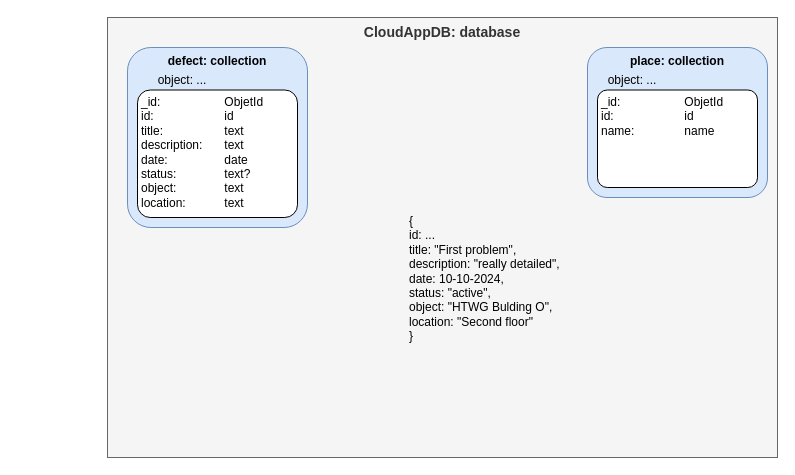
msi-cad-vw/.github keeps this draw.io diagram as page "database" (2 of 2) of docu/architecture_cloud.drawio. Above is the earlier version. Source tidied: cells renumbered, new cells numbered last; positions are measured from the earlier drawing's top-left corner, leaving out a move shared by most shapes. Both pictures are drawn from the tidied source at 100%, with x=0, y=0 at pixel (107, 17).
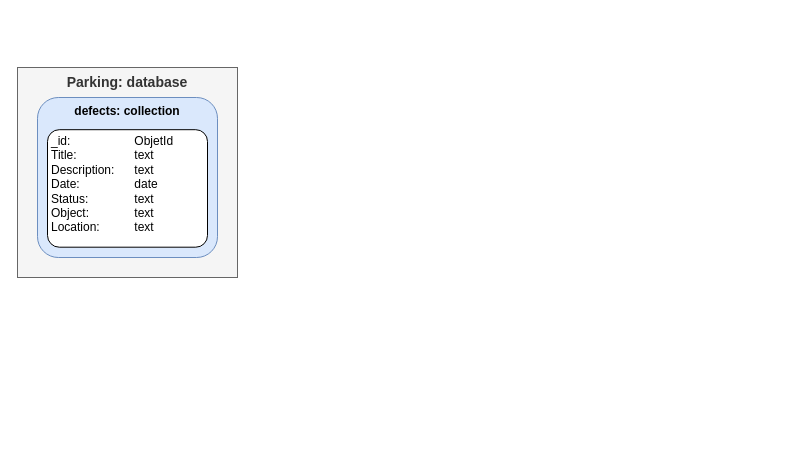
The same diagram, later.

Change to the diagram source:
```diff
@@
 <mxGraphModel>
   <root>
     <mxCell id="0" />
     <mxCell id="1" parent="0" />
-    <mxCell id="2" value="&lt;b&gt;&lt;font style=&quot;font-size: 14px;&quot;&gt;CloudAppDB: database&lt;/font&gt;&lt;/b&gt;" style="rounded=0;whiteSpace=wrap;html=1;verticalAlign=top;fillColor=#f5f5f5;strokeColor=#666666;fontColor=#333333;" parent="1" vertex="1">
-      <mxGeometry width="670" height="440" as="geometry" />
-    </mxCell>
-    <mxCell id="3" value="defect: collection" style="rounded=1;whiteSpace=wrap;html=1;verticalAlign=top;arcSize=13;fontStyle=1;fillColor=#dae8fc;strokeColor=#6c8ebf;" parent="1" vertex="1">
-      <mxGeometry x="20" y="30" width="180" height="180" as="geometry" />
-    </mxCell>
-    <mxCell id="4" value="&lt;div style=&quot;text-align: center;&quot;&gt;&lt;/div&gt;_id: &lt;span style=&quot;white-space: pre;&quot;&gt;&#9;&lt;/span&gt;&lt;span style=&quot;white-space: pre;&quot;&gt;&#9;&lt;span style=&quot;white-space: pre;&quot;&gt;&#9;&lt;/span&gt; &lt;/span&gt;ObjetId&lt;br&gt;id:&lt;span style=&quot;white-space: pre;&quot;&gt;&#9;&lt;/span&gt;&lt;span style=&quot;white-space: pre;&quot;&gt;&#9;&lt;span style=&quot;white-space: pre;&quot;&gt;&#9;&lt;/span&gt; &lt;/span&gt;id&lt;br&gt;title:&amp;nbsp;&lt;span style=&quot;white-space: pre;&quot;&gt;&#9;&lt;span style=&quot;white-space: pre;&quot;&gt;&#9;&lt;/span&gt;&lt;/span&gt;&amp;nbsp;text&lt;br&gt;description:&lt;span style=&quot;white-space: pre;&quot;&gt;&lt;span style=&quot;white-space: pre;&quot;&gt;&#9;&lt;/span&gt; &lt;/span&gt;text&lt;br&gt;date: &lt;span style=&quot;white-space: pre;&quot;&gt;&#9;&lt;/span&gt;&lt;span style=&quot;white-space: pre;&quot;&gt;&#9;&lt;/span&gt;&amp;nbsp;date&lt;br&gt;status:&amp;nbsp;&amp;nbsp;&lt;span style=&quot;white-space: pre;&quot;&gt;&#9;&lt;/span&gt;&lt;span style=&quot;white-space: pre;&quot;&gt;&#9;&lt;/span&gt;&amp;nbsp;text?&lt;br&gt;object:&lt;span style=&quot;white-space: pre;&quot;&gt;&#9;&lt;/span&gt;&lt;span style=&quot;white-space: pre;&quot;&gt;&#9;&lt;/span&gt;&amp;nbsp;text&lt;br&gt;location:&lt;span style=&quot;white-space: pre;&quot;&gt;&#9;&lt;/span&gt;&lt;span style=&quot;white-space: pre;&quot;&gt;&#9;&lt;/span&gt;&amp;nbsp;text" style="rounded=1;whiteSpace=wrap;html=1;verticalAlign=top;align=left;spacingLeft=4;spacing=0;spacingTop=0;arcSize=10;" parent="1" vertex="1">
-      <mxGeometry x="30" y="72.5" width="160" height="127.5" as="geometry" />
-    </mxCell>
-    <mxCell id="5" value="object: ..." style="text;html=1;strokeColor=none;fillColor=none;align=center;verticalAlign=middle;whiteSpace=wrap;rounded=0;spacing=0;" parent="1" vertex="1">
-      <mxGeometry x="30" y="52.5" width="90" height="20" as="geometry" />
-    </mxCell>
-    <mxCell id="6" value="place: collection" style="rounded=1;whiteSpace=wrap;html=1;verticalAlign=top;arcSize=13;fontStyle=1;fillColor=#dae8fc;strokeColor=#6c8ebf;" parent="1" vertex="1">
-      <mxGeometry x="480" y="30" width="180" height="150" as="geometry" />
-    </mxCell>
-    <mxCell id="7" value="object: ..." style="text;html=1;strokeColor=none;fillColor=none;align=center;verticalAlign=middle;whiteSpace=wrap;rounded=0;spacing=0;" parent="1" vertex="1">
-      <mxGeometry x="480" y="52.5" width="90" height="20" as="geometry" />
-    </mxCell>
-    <mxCell id="8" value="&lt;div style=&quot;text-align: center;&quot;&gt;&lt;/div&gt;_id: &lt;span style=&quot;white-space: pre;&quot;&gt;&#9;&lt;/span&gt;&lt;span style=&quot;white-space: pre;&quot;&gt;&#9;&lt;span style=&quot;white-space: pre;&quot;&gt;&#9;&lt;/span&gt; &lt;/span&gt;ObjetId&lt;br&gt;id:&lt;span style=&quot;white-space: pre;&quot;&gt;&#9;&lt;/span&gt;&lt;span style=&quot;white-space: pre;&quot;&gt;&#9;&lt;span style=&quot;white-space: pre;&quot;&gt;&#9;&lt;/span&gt; &lt;/span&gt;id&lt;br&gt;name:&amp;nbsp;&lt;span style=&quot;white-space: pre;&quot;&gt;&#9;&lt;span style=&quot;white-space: pre;&quot;&gt;&#9;&lt;/span&gt; &lt;/span&gt;name" style="rounded=1;whiteSpace=wrap;html=1;verticalAlign=top;align=left;spacingLeft=4;spacing=0;spacingTop=0;arcSize=10;" parent="1" vertex="1">
-      <mxGeometry x="490" y="72.5" width="160" height="97.5" as="geometry" />
-    </mxCell>
-    <mxCell id="9" value="{&lt;br&gt;id: ...&lt;br&gt;title: &quot;First problem&quot;,&lt;br&gt;description: &quot;really detailed&quot;,&lt;br&gt;date: 10-10-2024,&lt;br&gt;status: &quot;active&quot;,&lt;br&gt;object: &quot;HTWG Bulding O&quot;,&lt;br&gt;location: &quot;Second floor&quot;&lt;br&gt;}" style="text;html=1;strokeColor=none;fillColor=none;align=left;verticalAlign=top;whiteSpace=wrap;rounded=0;" parent="1" vertex="1">
-      <mxGeometry x="300" y="190" width="160" height="160" as="geometry" />
-    </mxCell>
+    <mxCell id="10" value="&lt;b&gt;&lt;font style=&quot;font-size: 14px;&quot;&gt;Parking: database&lt;/font&gt;&lt;/b&gt;" style="rounded=0;whiteSpace=wrap;html=1;verticalAlign=top;fillColor=#f5f5f5;strokeColor=#666666;fontColor=#333333;" parent="1" vertex="1">
+      <mxGeometry x="-90" y="50" width="220" height="210" as="geometry" />
+    </mxCell>
+    <mxCell id="11" value="defects: collection" style="rounded=1;whiteSpace=wrap;html=1;verticalAlign=top;arcSize=13;fontStyle=1;fillColor=#dae8fc;strokeColor=#6c8ebf;" parent="1" vertex="1">
+      <mxGeometry x="-70" y="80" width="180" height="160" as="geometry" />
+    </mxCell>
+    <mxCell id="12" value="&lt;div style=&quot;text-align: center;&quot;&gt;&lt;/div&gt;_id: &lt;span style=&quot;white-space: pre;&quot;&gt;&#9;&lt;/span&gt;&lt;span style=&quot;white-space: pre;&quot;&gt;&#9;&lt;span style=&quot;white-space: pre;&quot;&gt;&#9;&lt;/span&gt; &lt;/span&gt;ObjetId&lt;br&gt;Title:&amp;nbsp;&lt;span style=&quot;white-space: pre;&quot;&gt;&#9;&lt;span style=&quot;white-space: pre;&quot;&gt;&#9;&lt;/span&gt;&lt;/span&gt;&amp;nbsp;text&lt;br&gt;Description:&lt;span style=&quot;white-space: pre;&quot;&gt;&lt;span style=&quot;white-space: pre;&quot;&gt;&#9;&lt;/span&gt; &lt;/span&gt;text&lt;br&gt;Date: &lt;span style=&quot;white-space: pre;&quot;&gt;&#9;&lt;/span&gt;&lt;span style=&quot;white-space: pre;&quot;&gt;&#9;&lt;/span&gt;&amp;nbsp;date&lt;br&gt;Status:&amp;nbsp;&amp;nbsp;&lt;span style=&quot;white-space: pre;&quot;&gt;&#9;&lt;/span&gt;&lt;span style=&quot;white-space: pre;&quot;&gt;&#9;&lt;/span&gt;&amp;nbsp;text&lt;br&gt;Object:&lt;span style=&quot;white-space: pre;&quot;&gt;&#9;&lt;/span&gt;&lt;span style=&quot;white-space: pre;&quot;&gt;&#9;&lt;/span&gt;&amp;nbsp;text&lt;br&gt;Location:&lt;span style=&quot;white-space: pre;&quot;&gt;&#9;&lt;/span&gt;&lt;span style=&quot;white-space: pre;&quot;&gt;&#9;&lt;/span&gt;&amp;nbsp;text" style="rounded=1;whiteSpace=wrap;html=1;verticalAlign=top;align=left;spacingLeft=4;spacing=0;spacingTop=0;arcSize=10;" parent="1" vertex="1">
+      <mxGeometry x="-60" y="112.2" width="160" height="117.5" as="geometry" />
+    </mxCell>
   </root>
 </mxGraphModel>
```
